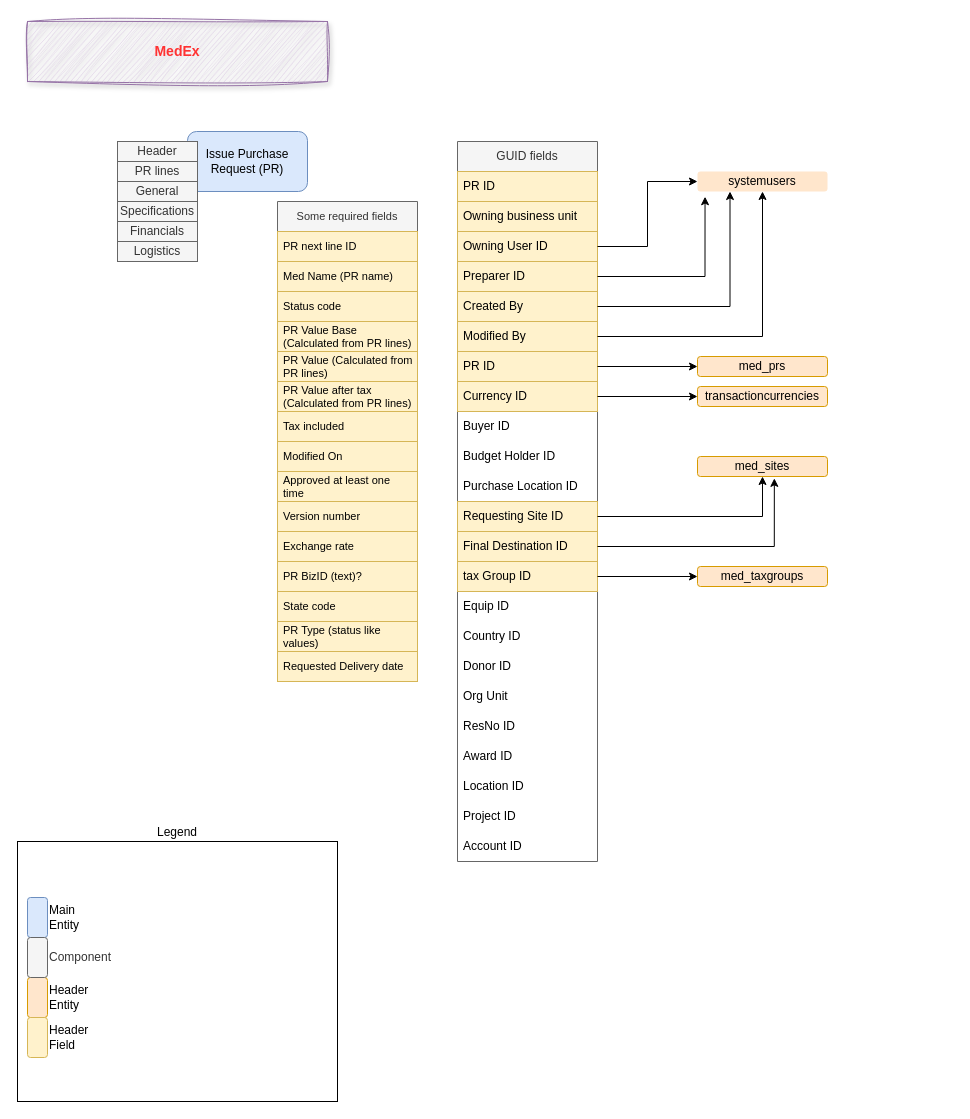
The draw.io diagram page "PR Details" (3 of 3) of scm_value_chain.drawio in Medair/drawio, before the edit. Source tidied: cells renumbered, new cells numbered last; positions are measured from the earlier drawing's top-left corner, leaving out a move shared by most shapes. Both pictures are drawn from the tidied source at 100%, with x=0, y=0 at pixel (17, 21).
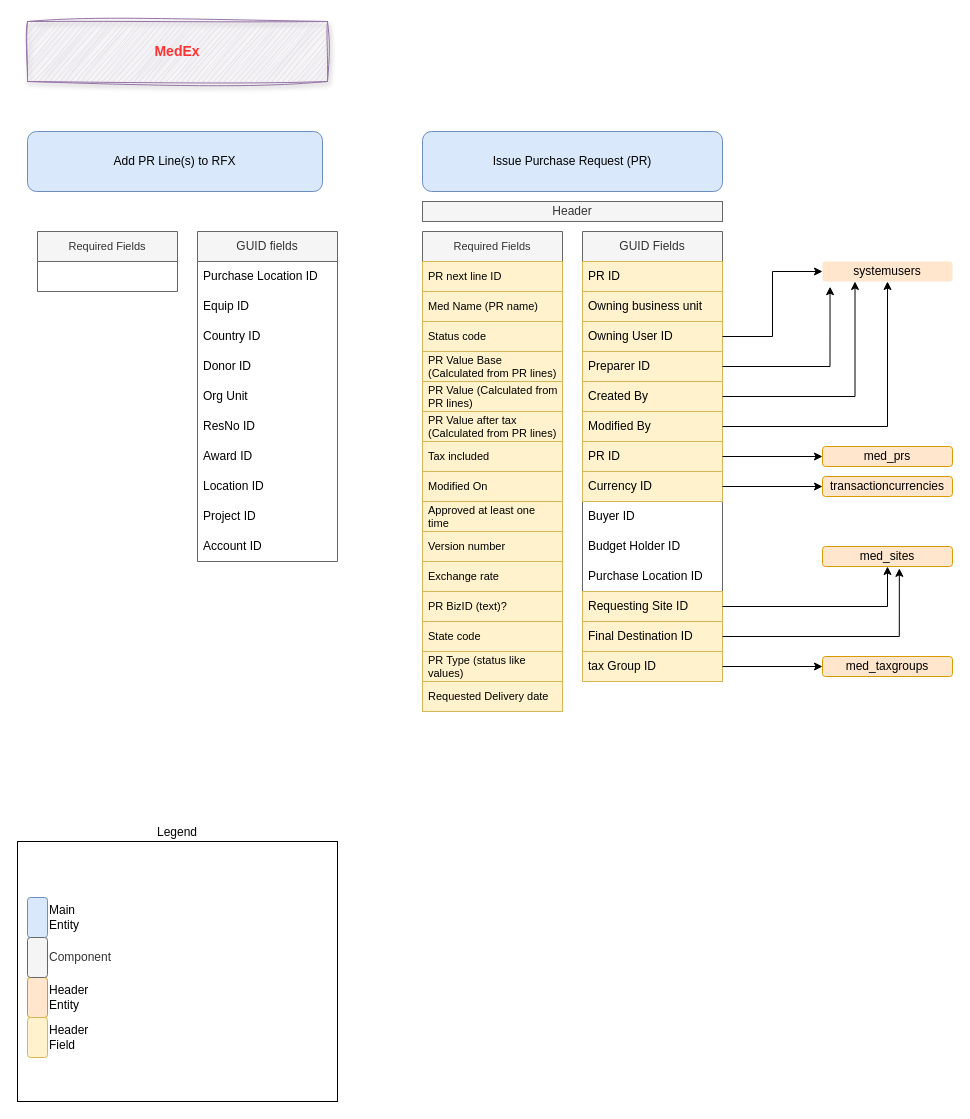
The same diagram, later.

The change refers to these unchanged cells:
```xml
<mxCell id="36" value="Owning User ID" style="text;strokeColor=#d6b656;fillColor=#fff2cc;align=left;verticalAlign=middle;spacingLeft=4;spacingRight=4;overflow=hidden;points=[[0,0.5],[1,0.5]];portConstraint=eastwest;whiteSpace=wrap;html=1;" parent="33" vertex="1">
  <mxGeometry y="90" width="140" height="30" as="geometry" />
</mxCell>
<mxCell id="37" value="Preparer ID" style="text;strokeColor=#d6b656;fillColor=#fff2cc;align=left;verticalAlign=middle;spacingLeft=4;spacingRight=4;overflow=hidden;points=[[0,0.5],[1,0.5]];portConstraint=eastwest;whiteSpace=wrap;html=1;" parent="33" vertex="1">
  <mxGeometry y="120" width="140" height="30" as="geometry" />
</mxCell>
<mxCell id="38" value="Created By" style="text;strokeColor=#d6b656;fillColor=#fff2cc;align=left;verticalAlign=middle;spacingLeft=4;spacingRight=4;overflow=hidden;points=[[0,0.5],[1,0.5]];portConstraint=eastwest;whiteSpace=wrap;html=1;" parent="33" vertex="1">
  <mxGeometry y="150" width="140" height="30" as="geometry" />
</mxCell>
<mxCell id="39" value="Modified By" style="text;strokeColor=#d6b656;fillColor=#fff2cc;align=left;verticalAlign=middle;spacingLeft=4;spacingRight=4;overflow=hidden;points=[[0,0.5],[1,0.5]];portConstraint=eastwest;whiteSpace=wrap;html=1;" parent="33" vertex="1">
  <mxGeometry y="180" width="140" height="30" as="geometry" />
</mxCell>
<mxCell id="40" value="PR ID" style="text;strokeColor=#d6b656;fillColor=#fff2cc;align=left;verticalAlign=middle;spacingLeft=4;spacingRight=4;overflow=hidden;points=[[0,0.5],[1,0.5]];portConstraint=eastwest;whiteSpace=wrap;html=1;" parent="33" vertex="1">
  <mxGeometry y="210" width="140" height="30" as="geometry" />
</mxCell>
<mxCell id="41" value="Currency ID" style="text;strokeColor=#d6b656;fillColor=#fff2cc;align=left;verticalAlign=middle;spacingLeft=4;spacingRight=4;overflow=hidden;points=[[0,0.5],[1,0.5]];portConstraint=eastwest;whiteSpace=wrap;html=1;" parent="33" vertex="1">
  <mxGeometry y="240" width="140" height="30" as="geometry" />
</mxCell>
<mxCell id="45" value="Requesting Site ID" style="text;strokeColor=#d6b656;fillColor=#fff2cc;align=left;verticalAlign=middle;spacingLeft=4;spacingRight=4;overflow=hidden;points=[[0,0.5],[1,0.5]];portConstraint=eastwest;whiteSpace=wrap;html=1;" parent="33" vertex="1">
  <mxGeometry y="360" width="140" height="30" as="geometry" />
</mxCell>
<mxCell id="46" value="Final Destination ID" style="text;strokeColor=#d6b656;fillColor=#fff2cc;align=left;verticalAlign=middle;spacingLeft=4;spacingRight=4;overflow=hidden;points=[[0,0.5],[1,0.5]];portConstraint=eastwest;whiteSpace=wrap;html=1;" parent="33" vertex="1">
  <mxGeometry y="390" width="140" height="30" as="geometry" />
</mxCell>
<mxCell id="47" value="tax Group ID" style="text;strokeColor=#d6b656;fillColor=#fff2cc;align=left;verticalAlign=middle;spacingLeft=4;spacingRight=4;overflow=hidden;points=[[0,0.5],[1,0.5]];portConstraint=eastwest;whiteSpace=wrap;html=1;" parent="33" vertex="1">
  <mxGeometry y="420" width="140" height="30" as="geometry" />
</mxCell>
```

The edit, as a diff of the source:
```diff
@@
-    <mxCell id="2" value="Issue Purchase Request (PR)" style="rounded=1;whiteSpace=wrap;html=1;fillColor=#dae8fc;strokeColor=#6c8ebf;" parent="1" vertex="1">
-      <mxGeometry x="170" y="110" width="120" height="60" as="geometry" />
-    </mxCell>
@@
-    <mxCell id="10" style="group;" parent="1" vertex="1">
-      <mxGeometry x="100" y="120" width="80" height="120" as="geometry" />
-    </mxCell>
-    <mxCell id="11" value="Header" style="rounded=0;whiteSpace=wrap;html=1;fillColor=#f5f5f5;fontColor=#333333;strokeColor=#666666;" parent="10" vertex="1">
-      <mxGeometry width="80" height="20" as="geometry" />
-    </mxCell>
-    <mxCell id="12" value="PR lines" style="rounded=0;whiteSpace=wrap;html=1;fillColor=#f5f5f5;fontColor=#333333;strokeColor=#666666;" parent="10" vertex="1">
-      <mxGeometry y="20" width="80" height="20" as="geometry" />
-    </mxCell>
-    <mxCell id="13" value="General" style="rounded=0;whiteSpace=wrap;html=1;fillColor=#f5f5f5;fontColor=#333333;strokeColor=#666666;" parent="10" vertex="1">
-      <mxGeometry y="40" width="80" height="20" as="geometry" />
-    </mxCell>
-    <mxCell id="14" value="Specifications" style="rounded=0;whiteSpace=wrap;html=1;fillColor=#f5f5f5;fontColor=#333333;strokeColor=#666666;" parent="10" vertex="1">
-      <mxGeometry y="60" width="80" height="20" as="geometry" />
-    </mxCell>
-    <mxCell id="15" value="Financials" style="rounded=0;whiteSpace=wrap;html=1;fillColor=#f5f5f5;fontColor=#333333;strokeColor=#666666;" parent="10" vertex="1">
-      <mxGeometry y="80" width="80" height="20" as="geometry" />
-    </mxCell>
-    <mxCell id="16" value="Logistics" style="rounded=0;whiteSpace=wrap;html=1;fillColor=#f5f5f5;fontColor=#333333;strokeColor=#666666;" parent="10" vertex="1">
-      <mxGeometry y="100" width="80" height="20" as="geometry" />
-    </mxCell>
+    <mxCell id="71" value="GUID fields" style="swimlane;fontStyle=0;horizontal=1;startSize=30;whiteSpace=wrap;html=1;fillColor=#f5f5f5;fontColor=#333333;strokeColor=#666666;" parent="1" vertex="1">
+      <mxGeometry x="180" y="210" width="140" height="330" as="geometry" />
+    </mxCell>
+    <mxCell id="72" value="Purchase Location ID" style="text;strokeColor=none;fillColor=none;align=left;verticalAlign=middle;spacingLeft=4;spacingRight=4;overflow=hidden;whiteSpace=wrap;html=1;" parent="71" vertex="1">
+      <mxGeometry y="30" width="140" height="30" as="geometry" />
+    </mxCell>
+    <mxCell id="48" value="Equip ID" style="text;strokeColor=none;fillColor=none;align=left;verticalAlign=middle;spacingLeft=4;spacingRight=4;overflow=hidden;whiteSpace=wrap;html=1;" parent="71" vertex="1">
+      <mxGeometry y="60" width="140" height="30" as="geometry" />
+    </mxCell>
+    <mxCell id="49" value="Country ID" style="text;strokeColor=none;fillColor=none;align=left;verticalAlign=middle;spacingLeft=4;spacingRight=4;overflow=hidden;whiteSpace=wrap;html=1;" parent="71" vertex="1">
+      <mxGeometry y="90" width="140" height="30" as="geometry" />
+    </mxCell>
+    <mxCell id="50" value="Donor ID" style="text;strokeColor=none;fillColor=none;align=left;verticalAlign=middle;spacingLeft=4;spacingRight=4;overflow=hidden;whiteSpace=wrap;html=1;" parent="71" vertex="1">
+      <mxGeometry y="120" width="140" height="30" as="geometry" />
+    </mxCell>
+    <mxCell id="51" value="Org Unit" style="text;strokeColor=none;fillColor=none;align=left;verticalAlign=middle;spacingLeft=4;spacingRight=4;overflow=hidden;whiteSpace=wrap;html=1;" parent="71" vertex="1">
+      <mxGeometry y="150" width="140" height="30" as="geometry" />
+    </mxCell>
+    <mxCell id="52" value="ResNo ID" style="text;strokeColor=none;fillColor=none;align=left;verticalAlign=middle;spacingLeft=4;spacingRight=4;overflow=hidden;whiteSpace=wrap;html=1;" parent="71" vertex="1">
+      <mxGeometry y="180" width="140" height="30" as="geometry" />
+    </mxCell>
+    <mxCell id="53" value="Award ID" style="text;strokeColor=none;fillColor=none;align=left;verticalAlign=middle;spacingLeft=4;spacingRight=4;overflow=hidden;whiteSpace=wrap;html=1;" parent="71" vertex="1">
+      <mxGeometry y="210" width="140" height="30" as="geometry" />
+    </mxCell>
+    <mxCell id="54" value="Location ID" style="text;strokeColor=none;fillColor=none;align=left;verticalAlign=middle;spacingLeft=4;spacingRight=4;overflow=hidden;whiteSpace=wrap;html=1;" parent="71" vertex="1">
+      <mxGeometry y="240" width="140" height="30" as="geometry" />
+    </mxCell>
+    <mxCell id="55" value="Project ID" style="text;strokeColor=none;fillColor=none;align=left;verticalAlign=middle;spacingLeft=4;spacingRight=4;overflow=hidden;whiteSpace=wrap;html=1;" parent="71" vertex="1">
+      <mxGeometry y="270" width="140" height="30" as="geometry" />
+    </mxCell>
+    <mxCell id="56" value="Account ID" style="text;strokeColor=none;fillColor=none;align=left;verticalAlign=middle;spacingLeft=4;spacingRight=4;overflow=hidden;whiteSpace=wrap;html=1;" parent="71" vertex="1">
+      <mxGeometry y="300" width="140" height="30" as="geometry" />
+    </mxCell>
+    <mxCell id="73" style="group;" parent="1" vertex="1">
+      <mxGeometry x="405" y="110" width="530" height="580" as="geometry" />
+    </mxCell>
-    <mxCell id="17" value="Some required fields" style="swimlane;fontStyle=0;horizontal=1;startSize=30;whiteSpace=wrap;html=1;fontSize=11;fillColor=#f5f5f5;fontColor=#333333;strokeColor=#666666;" parent="1" vertex="1">
-      <mxGeometry x="260" y="180" width="140" height="480" as="geometry" />
+    <mxCell id="17" value="Required Fields" style="swimlane;fontStyle=0;horizontal=1;startSize=30;whiteSpace=wrap;html=1;fontSize=11;fillColor=#f5f5f5;fontColor=#333333;strokeColor=#666666;" parent="73" vertex="1">
+      <mxGeometry y="100" width="140" height="480" as="geometry" />
     </mxCell>
@@
-    <mxCell id="33" value="GUID fields" style="swimlane;fontStyle=0;horizontal=1;startSize=30;whiteSpace=wrap;html=1;fillColor=#f5f5f5;fontColor=#333333;strokeColor=#666666;" parent="1" vertex="1">
-      <mxGeometry x="440" y="120" width="140" height="720" as="geometry" />
+    <mxCell id="33" value="GUID Fields" style="swimlane;fontStyle=0;horizontal=1;startSize=30;whiteSpace=wrap;html=1;fillColor=#f5f5f5;fontColor=#333333;strokeColor=#666666;" parent="73" vertex="1">
+      <mxGeometry x="160" y="100" width="140" height="450" as="geometry" />
     </mxCell>
@@
-    <mxCell id="48" value="Equip ID" style="text;strokeColor=none;fillColor=none;align=left;verticalAlign=middle;spacingLeft=4;spacingRight=4;overflow=hidden;whiteSpace=wrap;html=1;" parent="33" vertex="1">
-      <mxGeometry y="450" width="140" height="30" as="geometry" />
-    </mxCell>
-    <mxCell id="49" value="Country ID" style="text;strokeColor=none;fillColor=none;align=left;verticalAlign=middle;spacingLeft=4;spacingRight=4;overflow=hidden;whiteSpace=wrap;html=1;" parent="33" vertex="1">
-      <mxGeometry y="480" width="140" height="30" as="geometry" />
-    </mxCell>
-    <mxCell id="50" value="Donor ID" style="text;strokeColor=none;fillColor=none;align=left;verticalAlign=middle;spacingLeft=4;spacingRight=4;overflow=hidden;whiteSpace=wrap;html=1;" parent="33" vertex="1">
-      <mxGeometry y="510" width="140" height="30" as="geometry" />
-    </mxCell>
-    <mxCell id="51" value="Org Unit" style="text;strokeColor=none;fillColor=none;align=left;verticalAlign=middle;spacingLeft=4;spacingRight=4;overflow=hidden;whiteSpace=wrap;html=1;" parent="33" vertex="1">
-      <mxGeometry y="540" width="140" height="30" as="geometry" />
-    </mxCell>
-    <mxCell id="52" value="ResNo ID" style="text;strokeColor=none;fillColor=none;align=left;verticalAlign=middle;spacingLeft=4;spacingRight=4;overflow=hidden;whiteSpace=wrap;html=1;" parent="33" vertex="1">
-      <mxGeometry y="570" width="140" height="30" as="geometry" />
-    </mxCell>
-    <mxCell id="53" value="Award ID" style="text;strokeColor=none;fillColor=none;align=left;verticalAlign=middle;spacingLeft=4;spacingRight=4;overflow=hidden;whiteSpace=wrap;html=1;" parent="33" vertex="1">
-      <mxGeometry y="600" width="140" height="30" as="geometry" />
-    </mxCell>
-    <mxCell id="54" value="Location ID" style="text;strokeColor=none;fillColor=none;align=left;verticalAlign=middle;spacingLeft=4;spacingRight=4;overflow=hidden;whiteSpace=wrap;html=1;" parent="33" vertex="1">
-      <mxGeometry y="630" width="140" height="30" as="geometry" />
-    </mxCell>
-    <mxCell id="55" value="Project ID" style="text;strokeColor=none;fillColor=none;align=left;verticalAlign=middle;spacingLeft=4;spacingRight=4;overflow=hidden;whiteSpace=wrap;html=1;" parent="33" vertex="1">
-      <mxGeometry y="660" width="140" height="30" as="geometry" />
-    </mxCell>
-    <mxCell id="56" value="Account ID" style="text;strokeColor=none;fillColor=none;align=left;verticalAlign=middle;spacingLeft=4;spacingRight=4;overflow=hidden;whiteSpace=wrap;html=1;" parent="33" vertex="1">
-      <mxGeometry y="690" width="140" height="30" as="geometry" />
-    </mxCell>
-    <mxCell id="57" value="med_sites" style="rounded=1;whiteSpace=wrap;html=1;fillColor=#ffe6cc;strokeColor=#d79b00;" parent="1" vertex="1">
-      <mxGeometry x="680" y="435" width="130" height="20" as="geometry" />
+    <mxCell id="57" value="med_sites" style="rounded=1;whiteSpace=wrap;html=1;fillColor=#ffe6cc;strokeColor=#d79b00;" parent="73" vertex="1">
+      <mxGeometry x="400" y="415" width="130" height="20" as="geometry" />
     </mxCell>
-    <mxCell id="58" value="systemusers" style="rounded=1;whiteSpace=wrap;html=1;fillColor=#ffe6cc;strokeColor=none;" parent="1" vertex="1">
-      <mxGeometry x="680" y="150" width="130" height="20" as="geometry" />
+    <mxCell id="58" value="systemusers" style="rounded=1;whiteSpace=wrap;html=1;fillColor=#ffe6cc;strokeColor=none;" parent="73" vertex="1">
+      <mxGeometry x="400" y="130" width="130" height="20" as="geometry" />
     </mxCell>
-    <mxCell id="59" value="transactioncurrencies" style="rounded=1;whiteSpace=wrap;html=1;fillColor=#ffe6cc;strokeColor=#d79b00;" parent="1" vertex="1">
-      <mxGeometry x="680" y="365" width="130" height="20" as="geometry" />
+    <mxCell id="59" value="transactioncurrencies" style="rounded=1;whiteSpace=wrap;html=1;fillColor=#ffe6cc;strokeColor=#d79b00;" parent="73" vertex="1">
+      <mxGeometry x="400" y="345" width="130" height="20" as="geometry" />
     </mxCell>
-    <mxCell id="60" value="med_taxgroups" style="rounded=1;whiteSpace=wrap;html=1;fillColor=#ffe6cc;strokeColor=#d79b00;" parent="1" vertex="1">
-      <mxGeometry x="680" y="545" width="130" height="20" as="geometry" />
+    <mxCell id="60" value="med_taxgroups" style="rounded=1;whiteSpace=wrap;html=1;fillColor=#ffe6cc;strokeColor=#d79b00;" parent="73" vertex="1">
+      <mxGeometry x="400" y="525" width="130" height="20" as="geometry" />
     </mxCell>
-    <mxCell id="61" style="edgeStyle=orthogonalEdgeStyle;rounded=0;jettySize=auto;html=1;exitX=1;exitY=0.5;exitDx=0;exitDy=0;" parent="1" edge="1" source="45" target="57">
+    <mxCell id="61" style="edgeStyle=orthogonalEdgeStyle;rounded=0;jettySize=auto;html=1;exitX=1;exitY=0.5;exitDx=0;exitDy=0;" parent="73" edge="1" source="45" target="57">
       <mxGeometry relative="1" as="geometry" />
     </mxCell>
-    <mxCell id="62" style="edgeStyle=orthogonalEdgeStyle;rounded=0;jettySize=auto;html=1;exitX=1;exitY=0.5;exitDx=0;exitDy=0;entryX=0;entryY=0.5;entryDx=0;entryDy=0;" parent="1" edge="1" source="41" target="59">
+    <mxCell id="62" style="edgeStyle=orthogonalEdgeStyle;rounded=0;jettySize=auto;html=1;exitX=1;exitY=0.5;exitDx=0;exitDy=0;entryX=0;entryY=0.5;entryDx=0;entryDy=0;" parent="73" edge="1" source="41" target="59">
       <mxGeometry relative="1" as="geometry" />
     </mxCell>
-    <mxCell id="63" style="edgeStyle=orthogonalEdgeStyle;rounded=0;jettySize=auto;html=1;exitX=1;exitY=0.5;exitDx=0;exitDy=0;entryX=0;entryY=0.5;entryDx=0;entryDy=0;" parent="1" edge="1" source="47" target="60">
+    <mxCell id="63" style="edgeStyle=orthogonalEdgeStyle;rounded=0;jettySize=auto;html=1;exitX=1;exitY=0.5;exitDx=0;exitDy=0;entryX=0;entryY=0.5;entryDx=0;entryDy=0;" parent="73" edge="1" source="47" target="60">
       <mxGeometry relative="1" as="geometry" />
     </mxCell>
-    <mxCell id="64" style="edgeStyle=orthogonalEdgeStyle;rounded=0;jettySize=auto;html=1;exitX=1;exitY=0.5;exitDx=0;exitDy=0;entryX=0.591;entryY=1.093;entryDx=0;entryDy=0;entryPerimeter=0;" parent="1" edge="1" source="46" target="57">
+    <mxCell id="64" style="edgeStyle=orthogonalEdgeStyle;rounded=0;jettySize=auto;html=1;exitX=1;exitY=0.5;exitDx=0;exitDy=0;entryX=0.591;entryY=1.093;entryDx=0;entryDy=0;entryPerimeter=0;" parent="73" edge="1" source="46" target="57">
       <mxGeometry relative="1" as="geometry" />
     </mxCell>
-    <mxCell id="65" style="edgeStyle=orthogonalEdgeStyle;rounded=0;jettySize=auto;html=1;exitX=1;exitY=0.5;exitDx=0;exitDy=0;entryX=0;entryY=0.5;entryDx=0;entryDy=0;" parent="1" edge="1" source="36" target="58">
+    <mxCell id="65" style="edgeStyle=orthogonalEdgeStyle;rounded=0;jettySize=auto;html=1;exitX=1;exitY=0.5;exitDx=0;exitDy=0;entryX=0;entryY=0.5;entryDx=0;entryDy=0;" parent="73" edge="1" source="36" target="58">
       <mxGeometry relative="1" as="geometry" />
     </mxCell>
-    <mxCell id="66" style="edgeStyle=orthogonalEdgeStyle;rounded=0;jettySize=auto;html=1;exitX=1;exitY=0.5;exitDx=0;exitDy=0;entryX=0.058;entryY=1.26;entryDx=0;entryDy=0;entryPerimeter=0;" parent="1" edge="1" source="37" target="58">
+    <mxCell id="66" style="edgeStyle=orthogonalEdgeStyle;rounded=0;jettySize=auto;html=1;exitX=1;exitY=0.5;exitDx=0;exitDy=0;entryX=0.058;entryY=1.26;entryDx=0;entryDy=0;entryPerimeter=0;" parent="73" edge="1" source="37" target="58">
       <mxGeometry relative="1" as="geometry" />
     </mxCell>
-    <mxCell id="67" style="edgeStyle=orthogonalEdgeStyle;rounded=0;jettySize=auto;html=1;exitX=1;exitY=0.5;exitDx=0;exitDy=0;entryX=0.25;entryY=1;entryDx=0;entryDy=0;" parent="1" edge="1" source="38" target="58">
+    <mxCell id="67" style="edgeStyle=orthogonalEdgeStyle;rounded=0;jettySize=auto;html=1;exitX=1;exitY=0.5;exitDx=0;exitDy=0;entryX=0.25;entryY=1;entryDx=0;entryDy=0;" parent="73" edge="1" source="38" target="58">
       <mxGeometry relative="1" as="geometry" />
     </mxCell>
-    <mxCell id="68" style="edgeStyle=orthogonalEdgeStyle;rounded=0;jettySize=auto;html=1;exitX=1;exitY=0.5;exitDx=0;exitDy=0;entryX=0.5;entryY=1;entryDx=0;entryDy=0;" parent="1" edge="1" source="39" target="58">
+    <mxCell id="68" style="edgeStyle=orthogonalEdgeStyle;rounded=0;jettySize=auto;html=1;exitX=1;exitY=0.5;exitDx=0;exitDy=0;entryX=0.5;entryY=1;entryDx=0;entryDy=0;" parent="73" edge="1" source="39" target="58">
       <mxGeometry relative="1" as="geometry" />
     </mxCell>
-    <mxCell id="69" value="med_prs" style="rounded=1;whiteSpace=wrap;html=1;fillColor=#ffe6cc;strokeColor=#d79b00;" parent="1" vertex="1">
-      <mxGeometry x="680" y="335" width="130" height="20" as="geometry" />
+    <mxCell id="69" value="med_prs" style="rounded=1;whiteSpace=wrap;html=1;fillColor=#ffe6cc;strokeColor=#d79b00;" parent="73" vertex="1">
+      <mxGeometry x="400" y="315" width="130" height="20" as="geometry" />
     </mxCell>
-    <mxCell id="70" style="edgeStyle=orthogonalEdgeStyle;rounded=0;jettySize=auto;html=1;exitX=1;exitY=0.5;exitDx=0;exitDy=0;entryX=0;entryY=0.5;entryDx=0;entryDy=0;" parent="1" edge="1" source="40" target="69">
+    <mxCell id="70" style="edgeStyle=orthogonalEdgeStyle;rounded=0;jettySize=auto;html=1;exitX=1;exitY=0.5;exitDx=0;exitDy=0;entryX=0;entryY=0.5;entryDx=0;entryDy=0;" parent="73" edge="1" source="40" target="69">
       <mxGeometry relative="1" as="geometry" />
     </mxCell>
+    <mxCell id="11" value="Header" style="rounded=0;whiteSpace=wrap;html=1;fillColor=#f5f5f5;fontColor=#333333;strokeColor=#666666;" parent="73" vertex="1">
+      <mxGeometry y="70" width="300" height="20" as="geometry" />
+    </mxCell>
+    <mxCell id="2" value="Issue Purchase Request (PR)" style="rounded=1;whiteSpace=wrap;html=1;fillColor=#dae8fc;strokeColor=#6c8ebf;" parent="73" vertex="1">
+      <mxGeometry width="300" height="60" as="geometry" />
+    </mxCell>
+    <mxCell id="74" value="Add PR Line(s) to RFX" style="rounded=1;whiteSpace=wrap;html=1;fillColor=#dae8fc;strokeColor=#6c8ebf;" parent="1" vertex="1">
+      <mxGeometry x="10" y="110" width="295" height="60" as="geometry" />
+    </mxCell>
+    <mxCell id="75" value="Required Fields" style="swimlane;fontStyle=0;horizontal=1;startSize=30;whiteSpace=wrap;html=1;fontSize=11;fillColor=#f5f5f5;fontColor=#333333;strokeColor=#666666;" parent="1" vertex="1">
+      <mxGeometry x="20" y="210" width="140" height="60" as="geometry" />
+    </mxCell>
```
